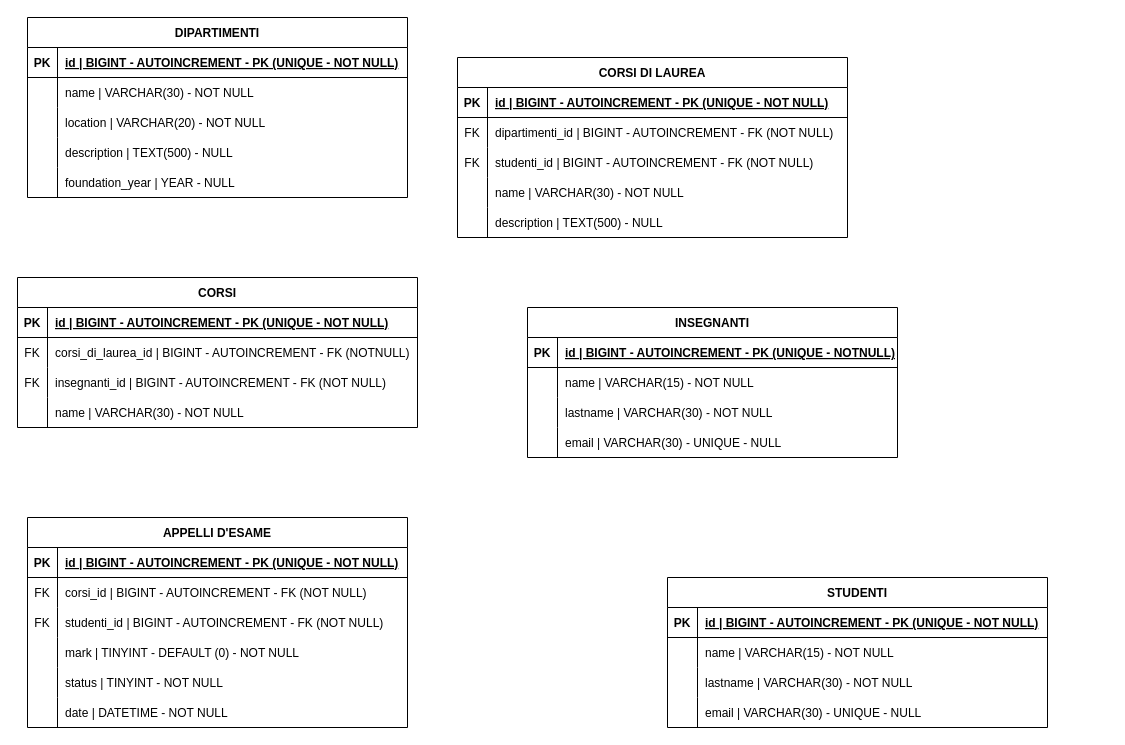
Above: schema.drawio in JacopoTrincanato/db-university (draw.io), before the change. Source tidied: cells renumbered, new cells numbered last; positions are measured from the earlier drawing's top-left corner, leaving out a move shared by most shapes. Both pictures are drawn from the tidied source at 100%, with x=0, y=0 at pixel (17, 17).
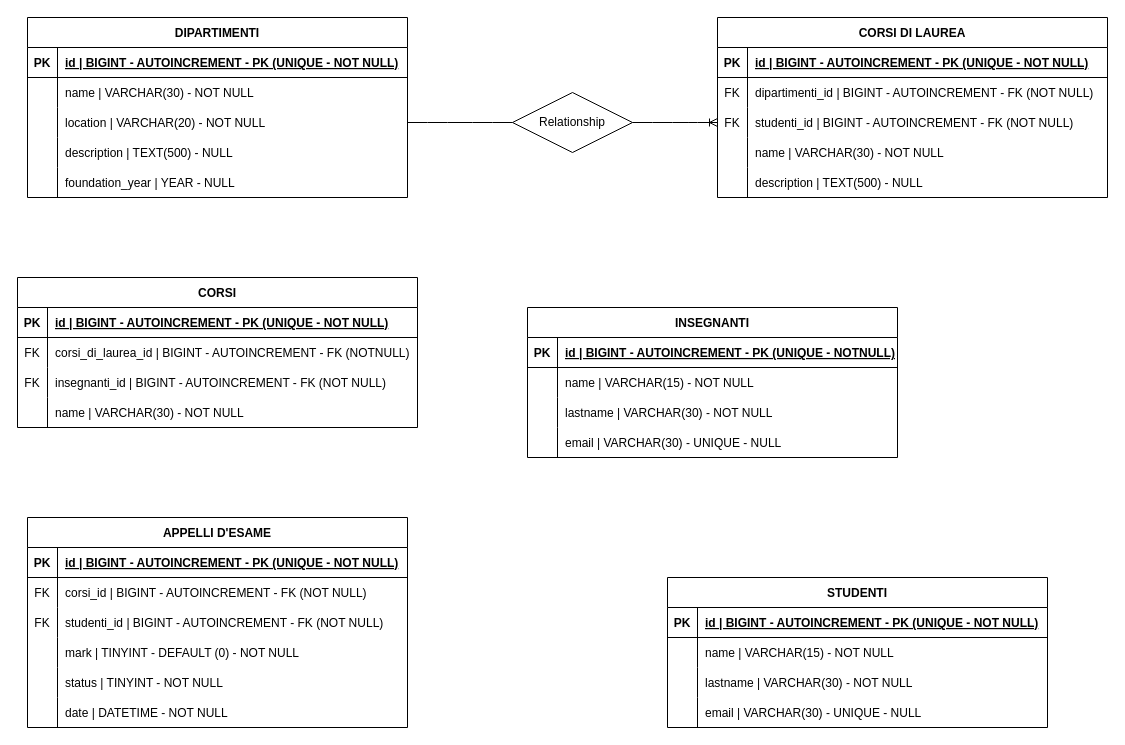
The same diagram, later.

Commit message:
create relationship otm between dipartimenti and corsi di laurea

Unchanged cells that the change refers to:
```xml
<mxCell id="9" style="shape=tableRow;horizontal=0;startSize=0;swimlaneHead=0;swimlaneBody=0;fillColor=none;points=[[0,0.5],[1,0.5]];portConstraint=eastwest;top=0;left=0;right=0;bottom=0;" parent="2" vertex="1">
  <mxGeometry y="90" width="380" height="30" as="geometry" />
</mxCell>
<mxCell id="25" style="shape=tableRow;horizontal=0;startSize=0;swimlaneHead=0;swimlaneBody=0;fillColor=none;points=[[0,0.5],[1,0.5]];portConstraint=eastwest;top=0;left=0;right=0;bottom=0;" parent="18" vertex="1">
  <mxGeometry y="90" width="390" height="30" as="geometry" />
</mxCell>
```

Change to the diagram source:
```diff
@@
     <mxCell id="18" value="CORSI DI LAUREA" style="shape=table;startSize=30;childLayout=tableLayout;rowLines=0;fontStyle=1;align=center;" parent="1" vertex="1">
-      <mxGeometry x="440" y="40" width="390" height="180" as="geometry" />
+      <mxGeometry x="700" width="390" height="180" as="geometry" />
     </mxCell>
@@
+    <mxCell id="92" style="edgeStyle=entityRelationEdgeStyle;fontSize=12;html=1;endArrow=ERoneToMany;exitX=1;exitY=0.5;exitDx=0;exitDy=0;entryX=0;entryY=0.5;entryDx=0;entryDy=0;startArrow=none;" parent="1" edge="1" source="94" target="25">
+      <mxGeometry relative="1" as="geometry" />
+    </mxCell>
+    <mxCell id="93" style="edgeStyle=entityRelationEdgeStyle;fontSize=12;html=1;endArrow=none;exitX=1;exitY=0.5;exitDx=0;exitDy=0;entryX=0;entryY=0.5;entryDx=0;entryDy=0;" parent="1" edge="1" source="9" target="94">
+      <mxGeometry relative="1" as="geometry" />
+    </mxCell>
+    <mxCell id="94" value="Relationship" style="shape=rhombus;perimeter=rhombusPerimeter;whiteSpace=wrap;html=1;align=center;" parent="1" vertex="1">
+      <mxGeometry x="495" y="75" width="120" height="60" as="geometry" />
+    </mxCell>
```
